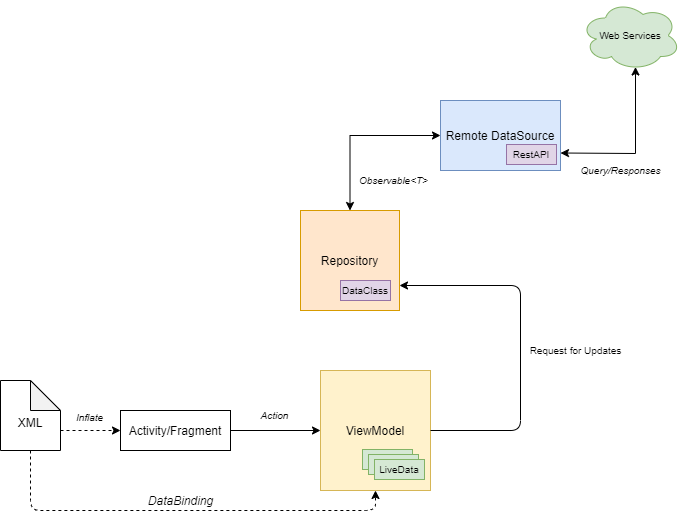
Before: NewsApp/images_storage/News_App_Diagram.png, a diagram exported from draw.io (datly0407/NewsApp). Source tidied: cells renumbered, new cells last; positions are measured from the earlier drawing's top-left corner, leaving out a move shared by most shapes. Source of this version:
```xml
<mxGraphModel>
  <root>
    <mxCell id="0" />
    <mxCell id="1" parent="0" />
    <mxCell id="2" value="&lt;br&gt;XML" style="shape=note;whiteSpace=wrap;html=1;backgroundOutline=1;darkOpacity=0.05;" parent="1" vertex="1">
      <mxGeometry y="380" width="60" height="70" as="geometry" />
    </mxCell>
    <mxCell id="3" style="endArrow=classic;html=1;dashed=1;" parent="1" edge="1">
      <mxGeometry relative="1" as="geometry">
        <mxPoint x="60" y="430" as="sourcePoint" />
        <mxPoint x="120" y="430" as="targetPoint" />
      </mxGeometry>
    </mxCell>
    <mxCell id="4" style="edgeStyle=orthogonalEdgeStyle;rounded=0;jettySize=auto;html=1;exitX=1;exitY=0.5;exitDx=0;exitDy=0;entryX=0;entryY=0.5;entryDx=0;entryDy=0;fontSize=10;" parent="1" edge="1" source="5" target="6">
      <mxGeometry relative="1" as="geometry" />
    </mxCell>
    <mxCell id="5" value="Activity/Fragment" style="rounded=0;whiteSpace=wrap;html=1;" parent="1" vertex="1">
      <mxGeometry x="120" y="410" width="110" height="40" as="geometry" />
    </mxCell>
    <mxCell id="6" value="ViewModel" style="rounded=0;whiteSpace=wrap;html=1;fillColor=#fff2cc;strokeColor=#d6b656;align=center;" parent="1" vertex="1">
      <mxGeometry x="320" y="370" width="110" height="120" as="geometry" />
    </mxCell>
    <mxCell id="7" style="endArrow=classic;html=1;dashed=1;entryX=0.5;entryY=1;entryDx=0;entryDy=0;" parent="1" edge="1" target="6">
      <mxGeometry relative="1" as="geometry">
        <mxPoint x="30" y="450" as="sourcePoint" />
        <Array as="points">
          <mxPoint x="30" y="510" />
          <mxPoint x="375" y="510" />
        </Array>
      </mxGeometry>
    </mxCell>
    <mxCell id="8" value="&lt;i&gt;DataBinding&lt;/i&gt;" style="text;html=1;align=center;verticalAlign=middle;" parent="1" vertex="1">
      <mxGeometry x="140" y="490" width="80" height="20" as="geometry" />
    </mxCell>
    <mxCell id="9" value="Action" style="text;html=1;align=center;verticalAlign=middle;fontStyle=2;fontSize=10;" parent="1" vertex="1">
      <mxGeometry x="253.5" y="405" width="40" height="20" as="geometry" />
    </mxCell>
    <mxCell id="10" style="rounded=0;whiteSpace=wrap;html=1;fontSize=10;fillColor=#d5e8d4;strokeColor=#82b366;" parent="1" vertex="1">
      <mxGeometry x="362" y="449" width="50" height="20" as="geometry" />
    </mxCell>
    <mxCell id="11" style="rounded=0;whiteSpace=wrap;html=1;fontSize=10;fillColor=#d5e8d4;strokeColor=#82b366;" parent="1" vertex="1">
      <mxGeometry x="368" y="454" width="50" height="20" as="geometry" />
    </mxCell>
    <mxCell id="12" value="LiveData" style="rounded=0;whiteSpace=wrap;html=1;fontSize=10;fillColor=#d5e8d4;strokeColor=#82b366;" parent="1" vertex="1">
      <mxGeometry x="374" y="459" width="50" height="20" as="geometry" />
    </mxCell>
    <mxCell id="13" style="edgeStyle=orthogonalEdgeStyle;rounded=0;jettySize=auto;html=1;exitX=0.5;exitY=0;exitDx=0;exitDy=0;fontSize=10;entryX=0;entryY=0.5;entryDx=0;entryDy=0;startArrow=classic;startFill=1;" parent="1" edge="1" source="14" target="19">
      <mxGeometry relative="1" as="geometry" />
    </mxCell>
    <mxCell id="14" value="&lt;font style=&quot;font-size: 12px&quot;&gt;Repository&lt;/font&gt;" style="rounded=0;whiteSpace=wrap;html=1;fontSize=10;fillColor=#ffe6cc;strokeColor=#d79b00;" parent="1" vertex="1">
      <mxGeometry x="300" y="210" width="99" height="100" as="geometry" />
    </mxCell>
    <mxCell id="15" style="endArrow=classic;html=1;fontSize=10;exitX=1;exitY=0.5;exitDx=0;exitDy=0;entryX=1;entryY=0.75;entryDx=0;entryDy=0;" parent="1" edge="1" source="6" target="14">
      <mxGeometry relative="1" as="geometry">
        <Array as="points">
          <mxPoint x="520" y="430" />
          <mxPoint x="520" y="285" />
        </Array>
      </mxGeometry>
    </mxCell>
    <mxCell id="16" value="Request for Updates" style="text;html=1;align=center;verticalAlign=middle;fontSize=10;" parent="1" vertex="1">
      <mxGeometry x="520" y="340" width="110" height="20" as="geometry" />
    </mxCell>
    <mxCell id="17" value="DataClass" style="rounded=0;whiteSpace=wrap;html=1;fontSize=10;fillColor=#e1d5e7;strokeColor=#9673a6;" parent="1" vertex="1">
      <mxGeometry x="340" y="280" width="50" height="20" as="geometry" />
    </mxCell>
    <mxCell id="18" style="edgeStyle=none;rounded=0;jettySize=auto;html=1;exitX=1;exitY=0.75;exitDx=0;exitDy=0;entryX=0.55;entryY=0.95;entryDx=0;entryDy=0;entryPerimeter=0;startArrow=classic;startFill=1;fontSize=10;" parent="1" edge="1" source="19" target="22">
      <mxGeometry relative="1" as="geometry">
        <Array as="points">
          <mxPoint x="635" y="153" />
        </Array>
      </mxGeometry>
    </mxCell>
    <mxCell id="19" value="&lt;font style=&quot;font-size: 12px&quot;&gt;Remote DataSource&lt;/font&gt;" style="rounded=0;whiteSpace=wrap;html=1;fontSize=10;fillColor=#dae8fc;strokeColor=#6c8ebf;" parent="1" vertex="1">
      <mxGeometry x="440" y="100" width="120" height="70" as="geometry" />
    </mxCell>
    <mxCell id="20" value="&lt;i&gt;Observable&amp;lt;T&amp;gt;&lt;/i&gt;" style="text;html=1;align=center;verticalAlign=middle;fontSize=10;" parent="1" vertex="1">
      <mxGeometry x="353" y="170" width="80" height="20" as="geometry" />
    </mxCell>
    <mxCell id="21" value="RestAPI" style="rounded=0;whiteSpace=wrap;html=1;fontSize=10;fillColor=#e1d5e7;strokeColor=#9673a6;" parent="1" vertex="1">
      <mxGeometry x="506" y="144" width="50" height="20" as="geometry" />
    </mxCell>
    <mxCell id="22" value="&lt;font style=&quot;font-size: 10px&quot;&gt;Web Services&lt;/font&gt;" style="ellipse;shape=cloud;whiteSpace=wrap;html=1;fontSize=10;fillColor=#d5e8d4;strokeColor=#82b366;" parent="1" vertex="1">
      <mxGeometry x="580" width="100" height="70" as="geometry" />
    </mxCell>
    <mxCell id="23" value="Query/Responses" style="text;html=1;align=center;verticalAlign=middle;fontSize=10;fontStyle=2;" parent="1" vertex="1">
      <mxGeometry x="570" y="160" width="100" height="20" as="geometry" />
    </mxCell>
    <mxCell id="24" value="&lt;i&gt;Inflate&lt;/i&gt;" style="text;html=1;align=center;verticalAlign=middle;fontSize=10;" parent="1" vertex="1">
      <mxGeometry x="69" y="407" width="40" height="20" as="geometry" />
    </mxCell>
  </root>
</mxGraphModel>
```
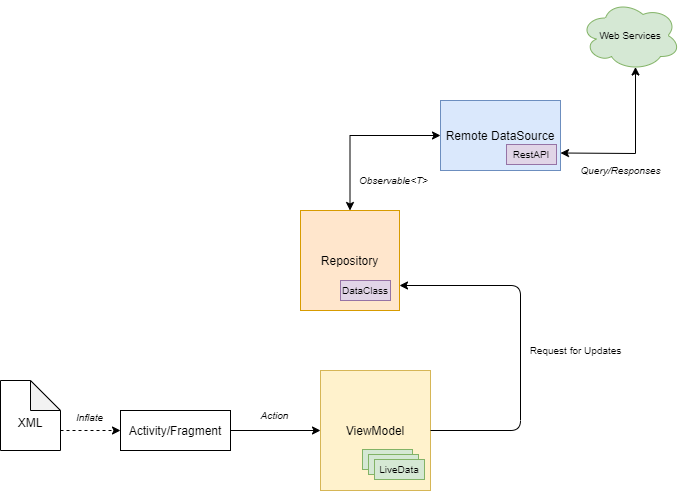
Above is the later version.

Commit message:
Modified diagram with remove unused part

Change to the diagram source:
```diff
@@ -20,18 +20,6 @@
     <mxCell id="6" value="ViewModel" style="rounded=0;whiteSpace=wrap;html=1;fillColor=#fff2cc;strokeColor=#d6b656;align=center;" parent="1" vertex="1">
       <mxGeometry x="320" y="370" width="110" height="120" as="geometry" />
     </mxCell>
-    <mxCell id="7" style="endArrow=classic;html=1;dashed=1;entryX=0.5;entryY=1;entryDx=0;entryDy=0;" parent="1" edge="1" target="6">
-      <mxGeometry relative="1" as="geometry">
-        <mxPoint x="30" y="450" as="sourcePoint" />
-        <Array as="points">
-          <mxPoint x="30" y="510" />
-          <mxPoint x="375" y="510" />
-        </Array>
-      </mxGeometry>
-    </mxCell>
-    <mxCell id="8" value="&lt;i&gt;DataBinding&lt;/i&gt;" style="text;html=1;align=center;verticalAlign=middle;" parent="1" vertex="1">
-      <mxGeometry x="140" y="490" width="80" height="20" as="geometry" />
-    </mxCell>
     <mxCell id="9" value="Action" style="text;html=1;align=center;verticalAlign=middle;fontStyle=2;fontSize=10;" parent="1" vertex="1">
       <mxGeometry x="253.5" y="405" width="40" height="20" as="geometry" />
     </mxCell>
```
